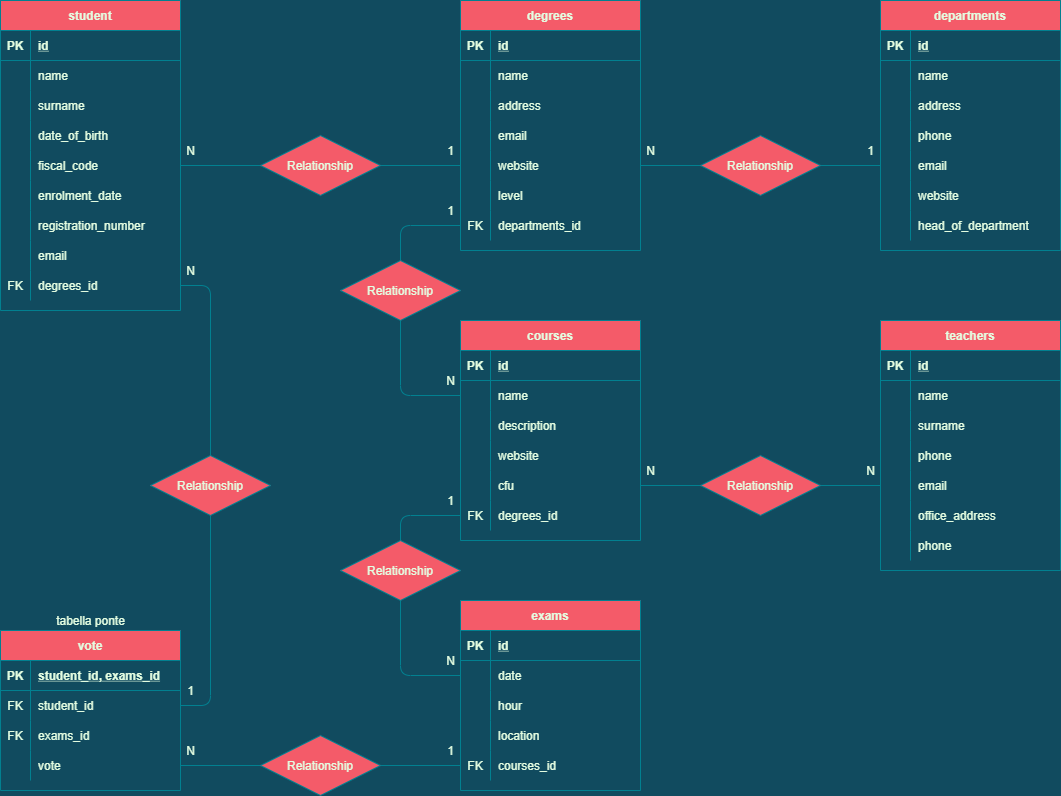
Before: sql/uni_2.png, a diagram exported from draw.io (ABozzoli/db-university). Source tidied: cells renumbered, new cells last; positions are measured from the earlier drawing's top-left corner, leaving out a move shared by most shapes.
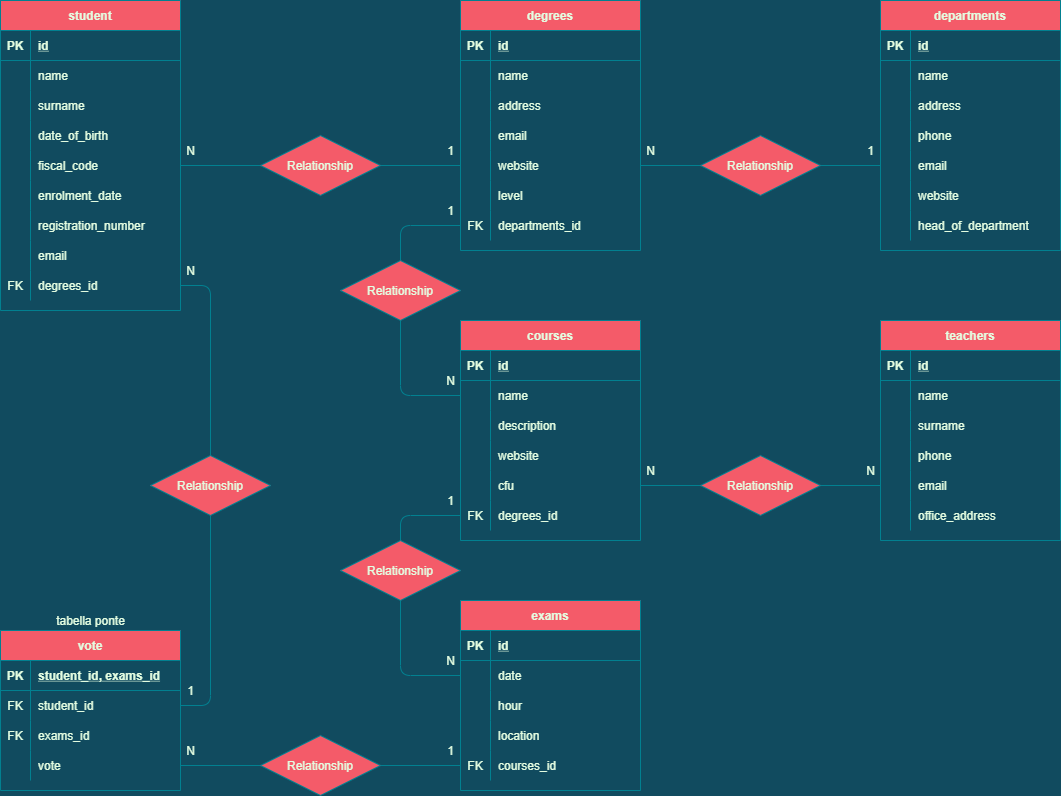
After the change.

Commit message:
Correz. png, agg. tab. courses e tab. teachers

Diff of the diagram source:
```diff
@@ -222,7 +222,7 @@
       <mxGeometry x="440" y="370" width="20" height="20" as="geometry" />
     </mxCell>
     <mxCell id="75" value="teachers" style="shape=table;startSize=30;rowLines=0;fontStyle=1;align=center;fontColor=#E4FDE1;strokeColor=#028090;fillColor=#F45B69;" parent="1" vertex="1">
-      <mxGeometry x="880" y="320" width="180" height="250" as="geometry" />
+      <mxGeometry x="880" y="320" width="180" height="220" as="geometry" />
     </mxCell>
     <mxCell id="76" style="shape=partialRectangle;fillColor=none;top=0;left=0;bottom=1;right=0;fontColor=#E4FDE1;strokeColor=#028090;" parent="75" vertex="1">
       <mxGeometry y="30" width="180" height="30" as="geometry" />
@@ -278,15 +278,6 @@
     <mxCell id="93" value="office_address" style="shape=partialRectangle;fillColor=none;top=0;left=0;bottom=0;right=0;align=left;spacingLeft=6;overflow=hidden;fontColor=#E4FDE1;strokeColor=#028090;" parent="91" vertex="1">
       <mxGeometry x="30" width="150" height="30" as="geometry" />
     </mxCell>
-    <mxCell id="94" style="shape=partialRectangle;fillColor=none;top=0;left=0;bottom=0;right=0;fontColor=#E4FDE1;strokeColor=#028090;" parent="75" vertex="1">
-      <mxGeometry y="210" width="180" height="30" as="geometry" />
-    </mxCell>
-    <mxCell id="95" style="shape=partialRectangle;fillColor=none;top=0;left=0;bottom=0;right=0;overflow=hidden;fontColor=#E4FDE1;strokeColor=#028090;" parent="94" vertex="1">
-      <mxGeometry width="30" height="30" as="geometry" />
-    </mxCell>
-    <mxCell id="96" value="phone" style="shape=partialRectangle;fillColor=none;top=0;left=0;bottom=0;right=0;align=left;spacingLeft=6;overflow=hidden;fontColor=#E4FDE1;strokeColor=#028090;" parent="94" vertex="1">
-      <mxGeometry x="30" width="150" height="30" as="geometry" />
-    </mxCell>
     <mxCell id="97" style="edgeStyle=orthogonalEdgeStyle;jettySize=auto;html=1;fontColor=#E4FDE1;endArrow=none;endFill=0;strokeColor=#028090;fillColor=#F45B69;" parent="1" edge="1" source="99" target="64">
       <mxGeometry relative="1" as="geometry" />
     </mxCell>
```
